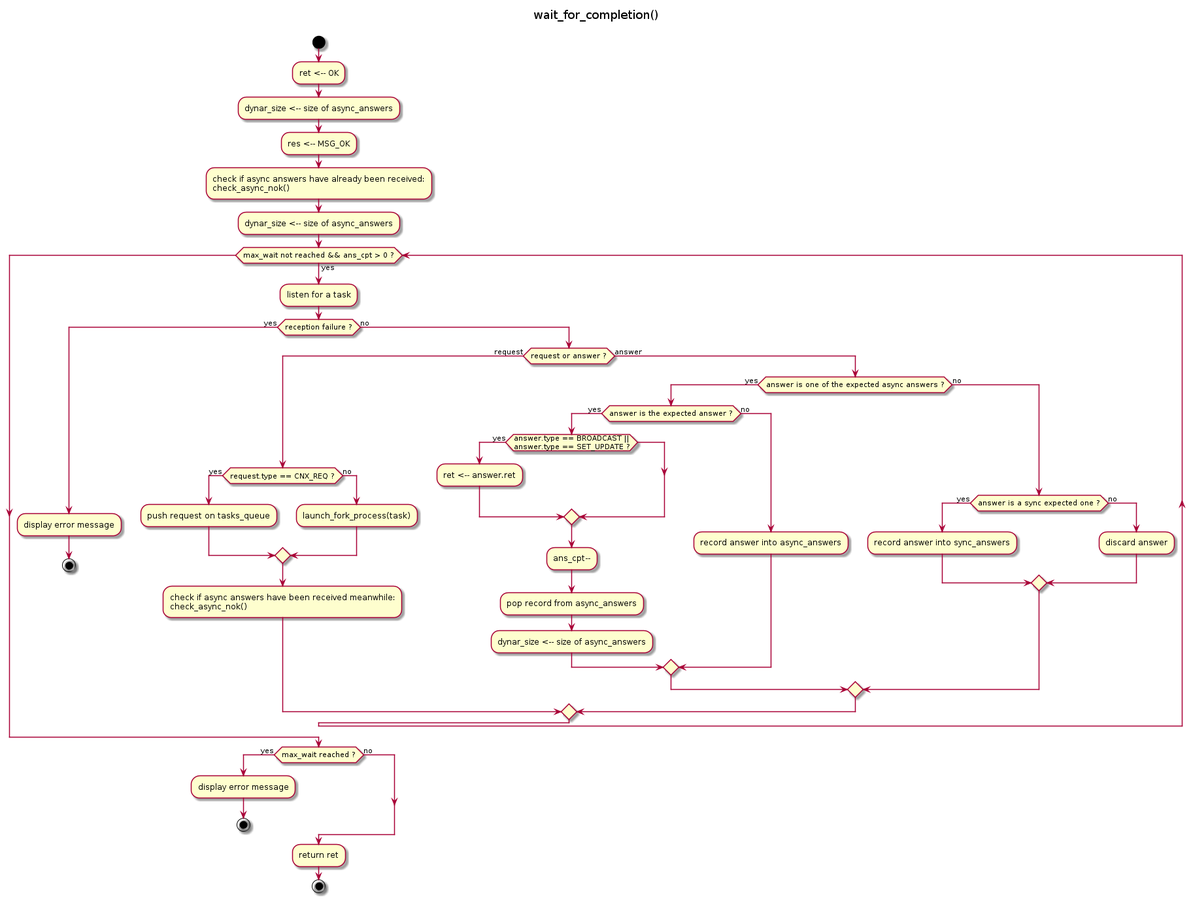
This is doc/UML/Algo_wait_for_completion.png from tof25/DST, a PlantUML export, as it was before one commit.
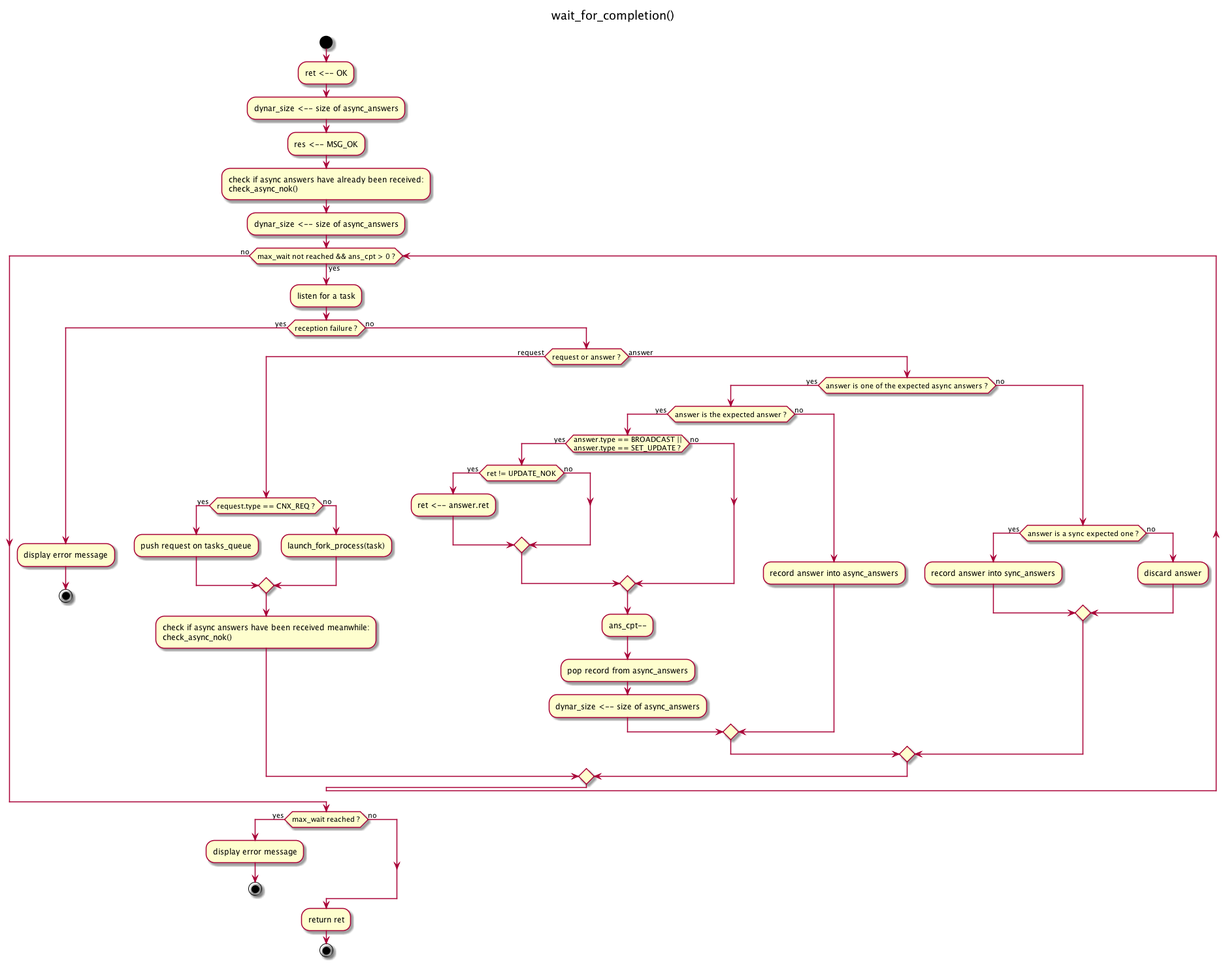
After the change.

Diff of the diagram source:
```diff
@@ -32,7 +32,11 @@
                 if (answer is the expected answer ?) then (yes)
                     if (answer.type == BROADCAST ||
                         answer.type == SET_UPDATE ?) then (yes)
-                        :ret <-- answer.ret;
+                        if (ret != UPDATE_NOK) then (yes)
+                            :ret <-- answer.ret;
+                        else (no)
+                        endif
+                    else (no)
                     endif
                     :ans_cpt--;
                     :pop record from async_answers;
@@ -49,7 +53,7 @@
             endif
         endif
     endif
-endwhile
+endwhile (no)
 
 if (max_wait reached ?) then (yes)
     :display error message;
```
